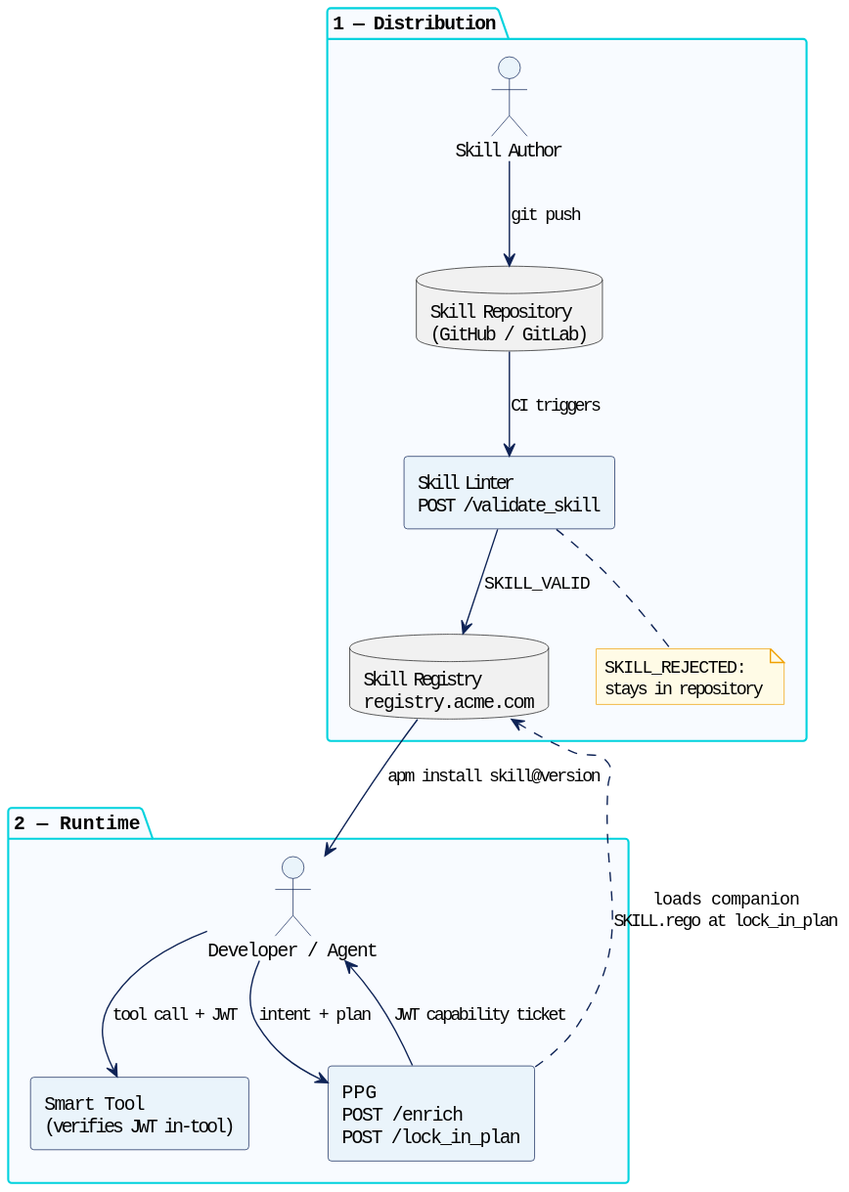
The PlantUML diagram static/assets/skill-governance/skill-registry-architecture.svg in owulveryck/owulveryck.github.io, before a commit.
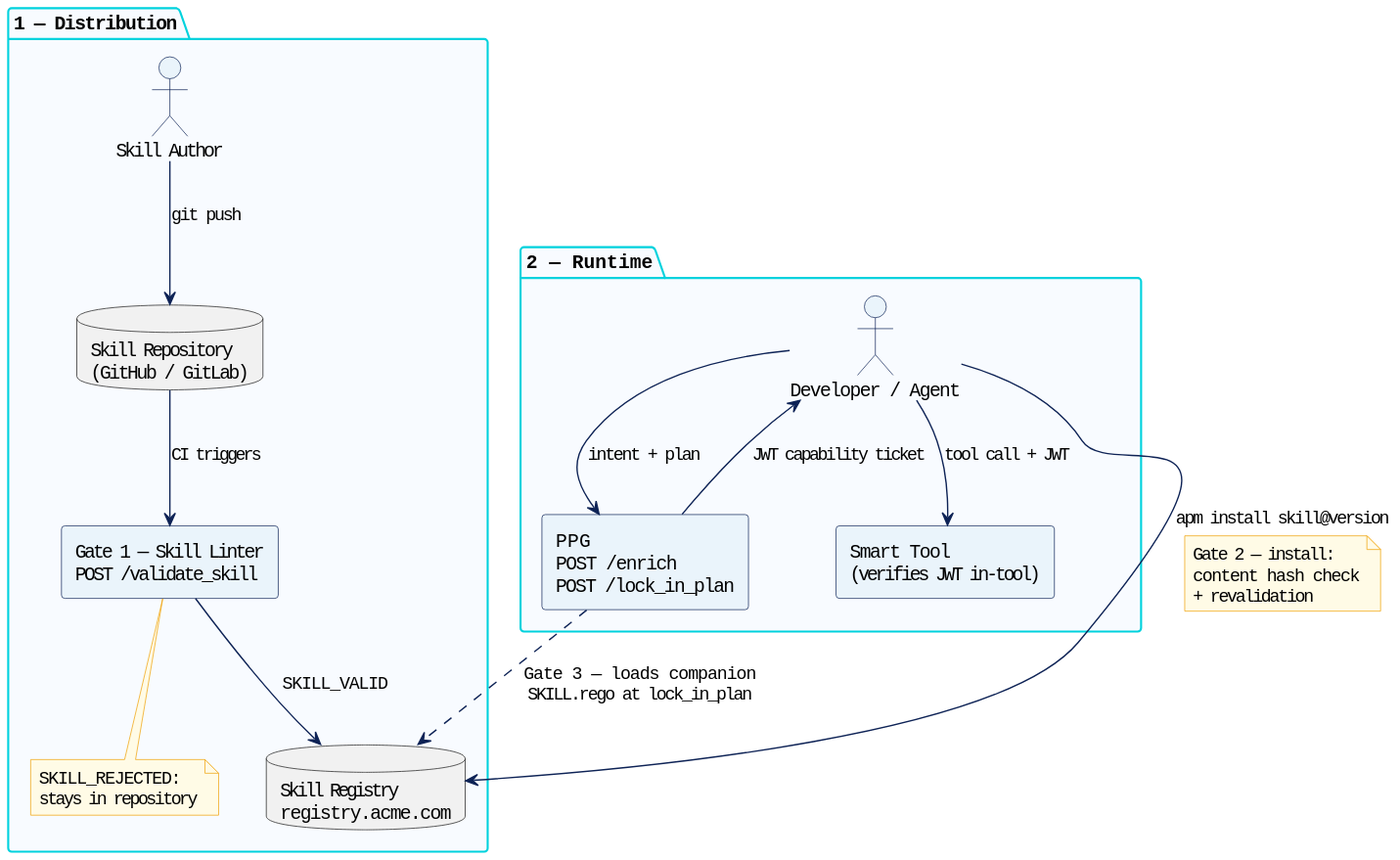
The same diagram one commit later.

What changed in the source:
```diff
@@ -16,7 +16,7 @@
 package "1 — Distribution" as DIST {
   actor "Skill Author" as AUTHOR
   database "Skill Repository\n(GitHub / GitLab)" as REPO
-  component "Skill Linter\nPOST /validate_skill" as LINTER
+  component "Gate 1 — Skill Linter\nPOST /validate_skill" as LINTER
   database "Skill Registry\nregistry.acme.com" as REGISTRY
 
   AUTHOR --> REPO : git push
@@ -39,6 +39,12 @@
   CONSUMER --> TOOL : tool call + JWT
 }
 
-REGISTRY --> CONSUMER : apm install skill@version
-PPG ..> REGISTRY : loads companion\nSKILL.rego at lock_in_plan
+CONSUMER --> REGISTRY : apm install skill@version
+note on link
+  Gate 2 — install:
+  content hash check
+  + revalidation
+end note
+
+PPG ..> REGISTRY : Gate 3 — loads companion\nSKILL.rego at lock_in_plan
 @enduml
```
